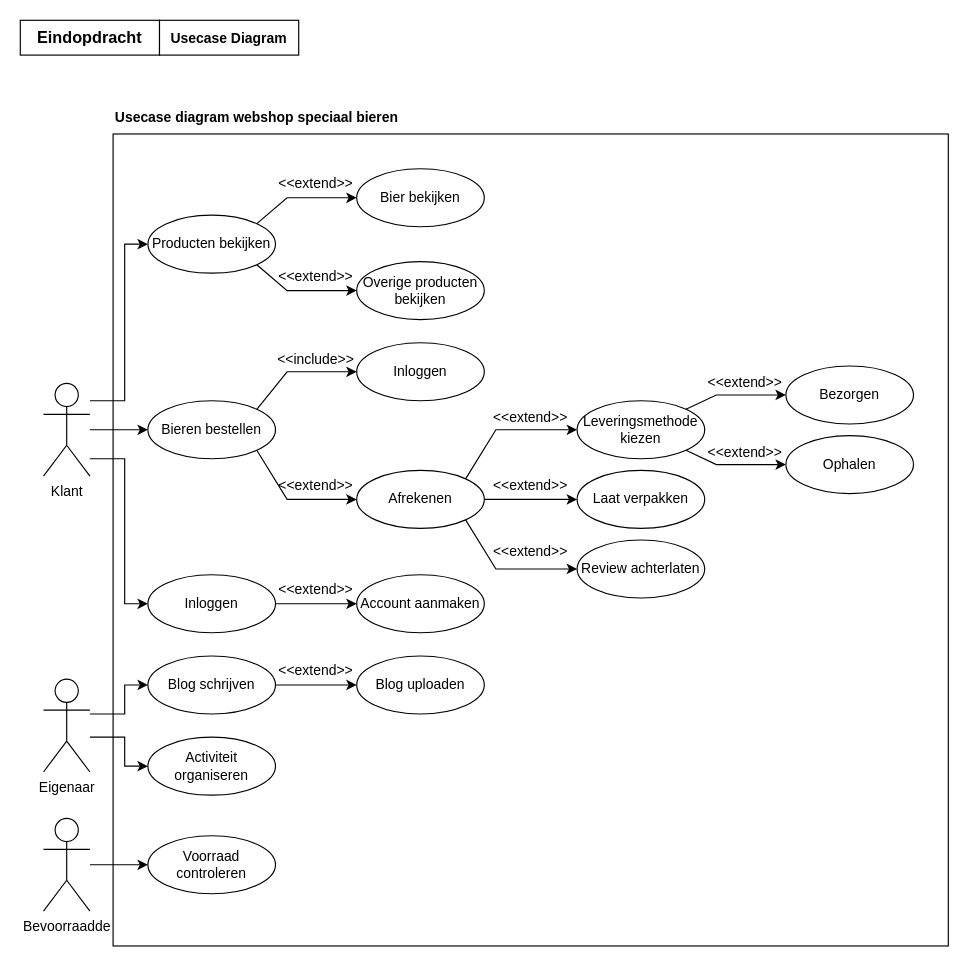
Before: page "Usecase_diagram" (2 of 4) of ProcesanalyseEindopdracht.drawio in EMB20/Procesanalyse, a draw.io diagram. Source tidied: cells renumbered, new cells numbered last; positions are measured from the earlier drawing's top-left corner, leaving out a move shared by most shapes. Both pictures are drawn from the tidied source at 116%, with x=0, y=0 at pixel (20, 20).
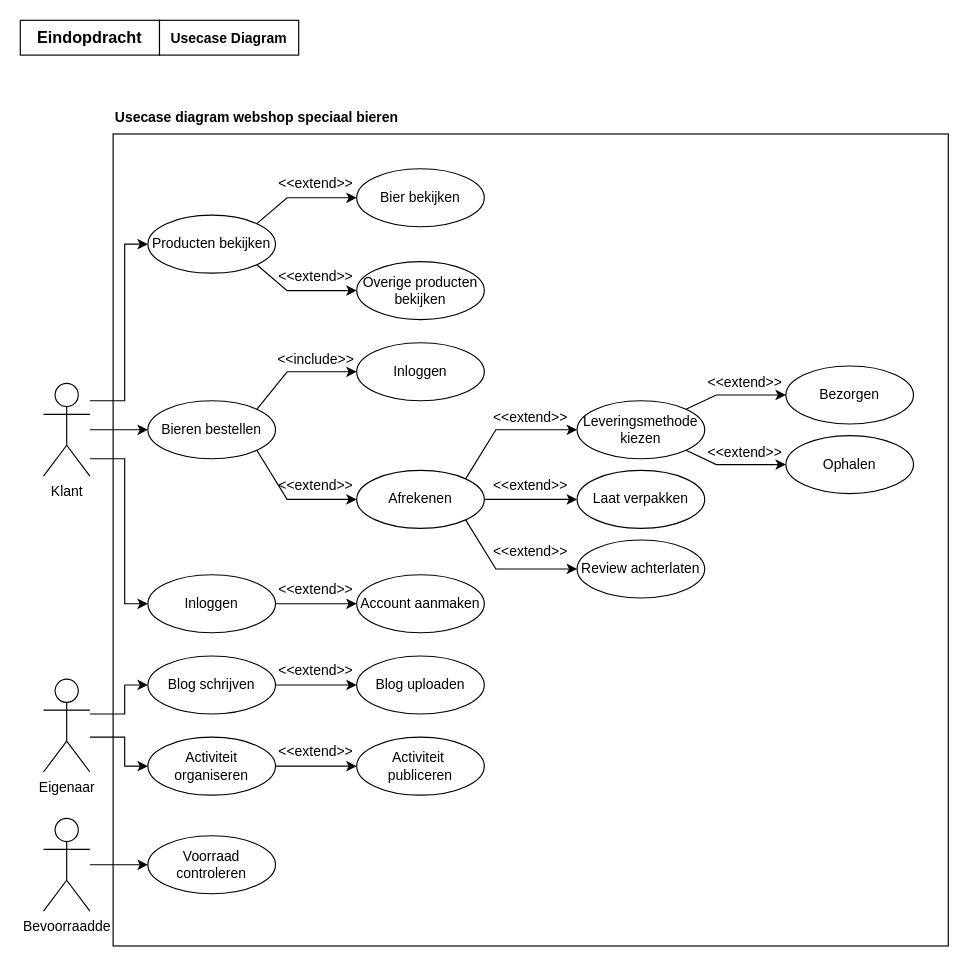
The same page after the edit.

Unchanged cells that the change refers to:
```xml
<mxCell id="48" value="Activiteit organiseren" style="ellipse;whiteSpace=wrap;html=1;" parent="1" vertex="1">
  <mxGeometry x="110" y="618" width="110" height="50" as="geometry" />
</mxCell>
```

What changed in the source:
```diff
@@
+    <mxCell id="54" style="edgeStyle=orthogonalEdgeStyle;rounded=0;jettySize=auto;html=1;exitX=1;exitY=0.5;exitDx=0;exitDy=0;entryX=0;entryY=0.5;entryDx=0;entryDy=0;" parent="1" edge="1" source="48" target="55">
+      <mxGeometry relative="1" as="geometry" />
+    </mxCell>
@@
+    <mxCell id="55" value="Activiteit&amp;nbsp;&lt;div&gt;publiceren&lt;/div&gt;" style="ellipse;whiteSpace=wrap;html=1;" parent="1" vertex="1">
+      <mxGeometry x="290" y="618" width="110" height="50" as="geometry" />
+    </mxCell>
+    <mxCell id="56" value="&amp;lt;&amp;lt;extend&amp;gt;&amp;gt;" style="text;html=1;align=center;verticalAlign=middle;whiteSpace=wrap;rounded=0;" parent="1" vertex="1">
+      <mxGeometry x="230" y="618" width="50" height="25" as="geometry" />
+    </mxCell>
```
